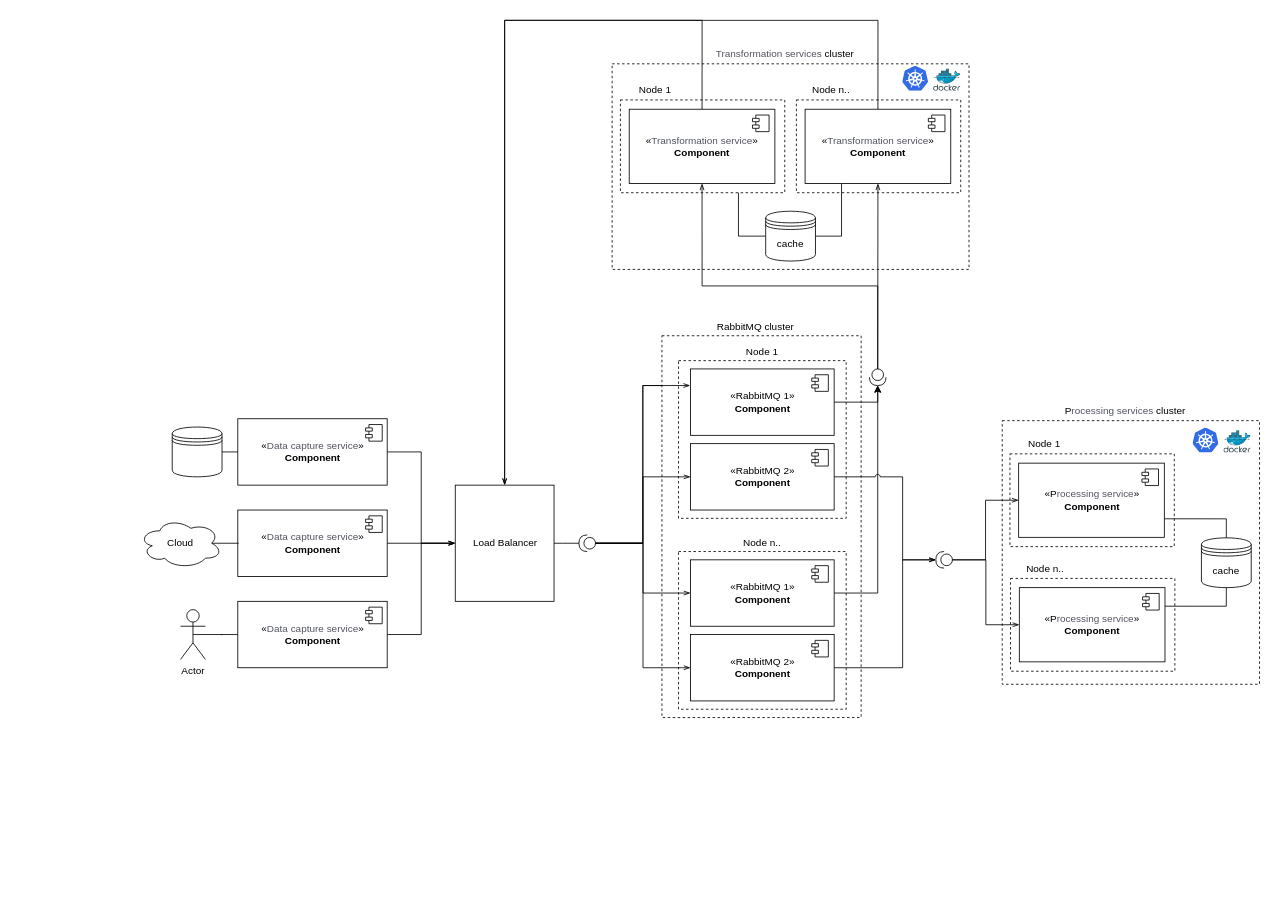
The draw.io diagram Component Diagram.drawio in VadzimZianiuk/message-queues, before the edit. Source tidied: cells renumbered, new cells numbered last; positions are measured from the earlier drawing's top-left corner, leaving out a move shared by most shapes. Both pictures are drawn from the tidied source at 83%, with x=0, y=0 at pixel (139, 20).
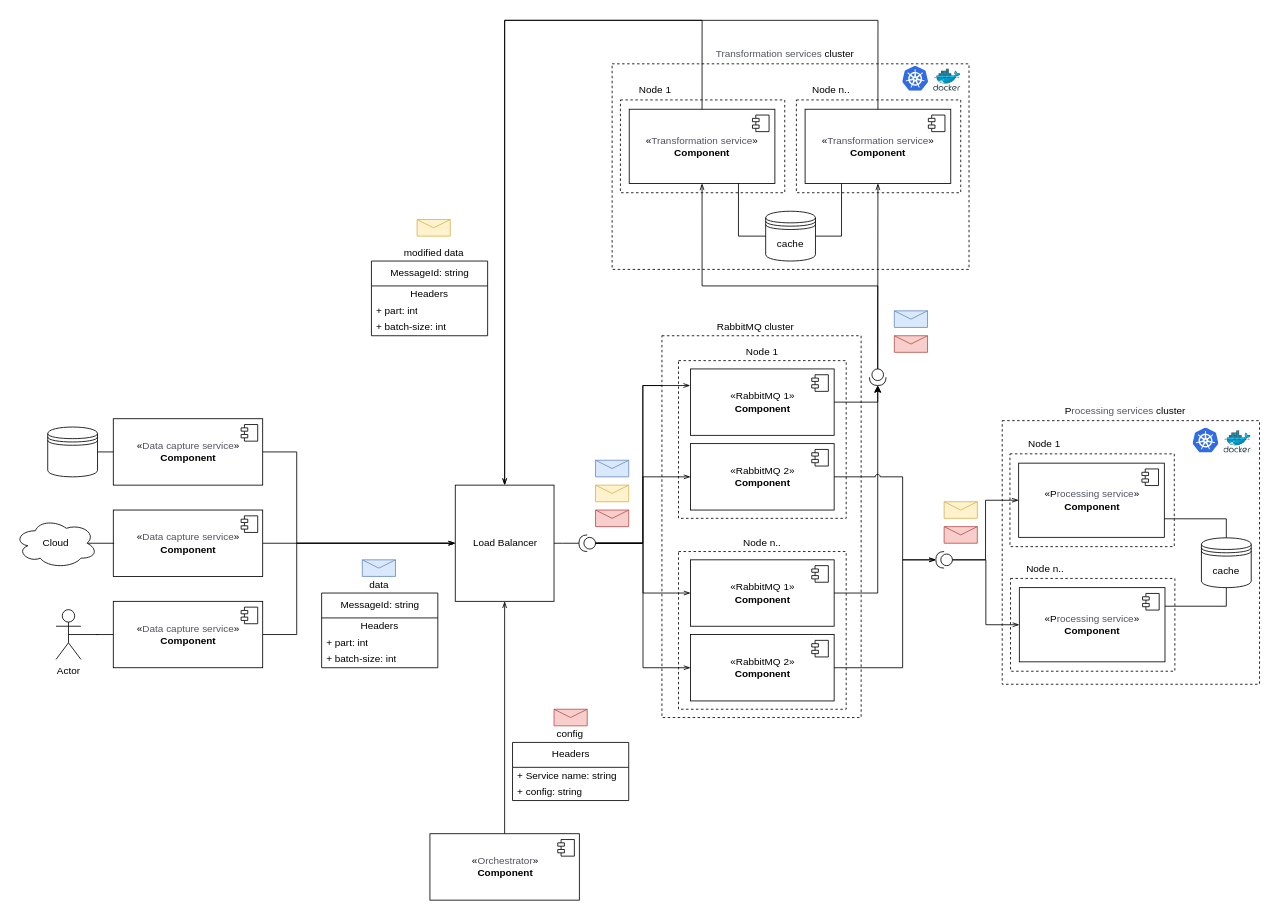
After the change.

Unchanged cells that the change refers to:
```xml
<mxCell id="2" style="group;" parent="1" vertex="1">
  <mxGeometry x="570" y="30" width="430" height="270" as="geometry" />
</mxCell>
<mxCell id="16" value="«&lt;span style=&quot;box-sizing: border-box ; font-family: &amp;#34;sans semibold&amp;#34; , &amp;#34;arial&amp;#34; , sans-serif ; color: rgb(82 , 84 , 98) ; text-align: left ; background-color: rgb(255 , 255 , 255)&quot;&gt;Transformation&lt;/span&gt;&lt;span style=&quot;box-sizing: border-box ; font-family: &amp;#34;sans semibold&amp;#34; , &amp;#34;arial&amp;#34; , sans-serif ; color: rgb(82 , 84 , 98) ; text-align: left ; background-color: rgb(255 , 255 , 255)&quot;&gt;&amp;nbsp;&lt;/span&gt;&lt;span style=&quot;box-sizing: border-box ; font-family: &amp;#34;sans semibold&amp;#34; , &amp;#34;arial&amp;#34; , sans-serif ; color: rgb(82 , 84 , 98) ; text-align: left ; background-color: rgb(255 , 255 , 255)&quot;&gt;service&lt;/span&gt;»&lt;br&gt;&lt;b&gt;Component&lt;/b&gt;" style="html=1;" parent="2" vertex="1">
  <mxGeometry x="20.6" y="77.1" width="175.5" height="89.4" as="geometry" />
</mxCell>
<mxCell id="18" value="cache" style="shape=datastore;whiteSpace=wrap;html=1;" parent="2" vertex="1">
  <mxGeometry x="185" y="200" width="60" height="60" as="geometry" />
</mxCell>
<mxCell id="20" value="Load Balancer" style="html=1;" parent="1" vertex="1">
  <mxGeometry x="381" y="560" width="119" height="140" as="geometry" />
</mxCell>
<mxCell id="28" value="&lt;font style=&quot;font-size: 12px&quot;&gt;«&lt;span style=&quot;box-sizing: border-box ; font-family: &amp;#34;sans semibold&amp;#34; , &amp;#34;arial&amp;#34; , sans-serif ; color: rgb(82 , 84 , 98) ; text-align: left ; background-color: rgb(255 , 255 , 255)&quot;&gt;Data&lt;/span&gt;&lt;span style=&quot;box-sizing: border-box ; font-family: &amp;#34;sans semibold&amp;#34; , &amp;#34;arial&amp;#34; , sans-serif ; color: rgb(82 , 84 , 98) ; text-align: left ; background-color: rgb(255 , 255 , 255)&quot;&gt;&amp;nbsp;&lt;/span&gt;&lt;span style=&quot;box-sizing: border-box ; font-family: &amp;#34;sans semibold&amp;#34; , &amp;#34;arial&amp;#34; , sans-serif ; color: rgb(82 , 84 , 98) ; text-align: left ; background-color: rgb(255 , 255 , 255)&quot;&gt;capture&lt;/span&gt;&lt;span style=&quot;box-sizing: border-box ; font-family: &amp;#34;sans semibold&amp;#34; , &amp;#34;arial&amp;#34; , sans-serif ; color: rgb(82 , 84 , 98) ; text-align: left ; background-color: rgb(255 , 255 , 255)&quot;&gt;&amp;nbsp;&lt;/span&gt;&lt;span style=&quot;box-sizing: border-box ; font-family: &amp;#34;sans semibold&amp;#34; , &amp;#34;arial&amp;#34; , sans-serif ; color: rgb(82 , 84 , 98) ; text-align: left ; background-color: rgb(255 , 255 , 255)&quot;&gt;service&lt;/span&gt;»&lt;br&gt;&lt;b&gt;Component&lt;br&gt;&lt;/b&gt;&lt;/font&gt;" style="html=1;" parent="26" vertex="1">
  <mxGeometry x="79" width="180" height="80" as="geometry" />
</mxCell>
<mxCell id="35" value="&lt;font style=&quot;font-size: 12px&quot;&gt;«&lt;span style=&quot;box-sizing: border-box ; font-family: &amp;#34;sans semibold&amp;#34; , &amp;#34;arial&amp;#34; , sans-serif ; color: rgb(82 , 84 , 98) ; text-align: left ; background-color: rgb(255 , 255 , 255)&quot;&gt;Data&lt;/span&gt;&lt;span style=&quot;box-sizing: border-box ; font-family: &amp;#34;sans semibold&amp;#34; , &amp;#34;arial&amp;#34; , sans-serif ; color: rgb(82 , 84 , 98) ; text-align: left ; background-color: rgb(255 , 255 , 255)&quot;&gt;&amp;nbsp;&lt;/span&gt;&lt;span style=&quot;box-sizing: border-box ; font-family: &amp;#34;sans semibold&amp;#34; , &amp;#34;arial&amp;#34; , sans-serif ; color: rgb(82 , 84 , 98) ; text-align: left ; background-color: rgb(255 , 255 , 255)&quot;&gt;capture&lt;/span&gt;&lt;span style=&quot;box-sizing: border-box ; font-family: &amp;#34;sans semibold&amp;#34; , &amp;#34;arial&amp;#34; , sans-serif ; color: rgb(82 , 84 , 98) ; text-align: left ; background-color: rgb(255 , 255 , 255)&quot;&gt;&amp;nbsp;&lt;/span&gt;&lt;span style=&quot;box-sizing: border-box ; font-family: &amp;#34;sans semibold&amp;#34; , &amp;#34;arial&amp;#34; , sans-serif ; color: rgb(82 , 84 , 98) ; text-align: left ; background-color: rgb(255 , 255 , 255)&quot;&gt;service&lt;/span&gt;»&lt;br&gt;&lt;b&gt;Component&lt;br&gt;&lt;/b&gt;&lt;/font&gt;" style="html=1;" parent="26" vertex="1">
  <mxGeometry x="79" y="220" width="180" height="80" as="geometry" />
</mxCell>
```

Change to the diagram source:
```diff
@@
-    <mxCell id="13" style="edgeStyle=orthogonalEdgeStyle;rounded=0;comic=0;jumpStyle=arc;jettySize=auto;html=1;exitX=0.75;exitY=1;exitDx=0;exitDy=0;entryX=0;entryY=0.5;entryDx=0;entryDy=0;endArrow=none;endFill=0;" parent="2" edge="1" source="16" target="18">
-      <mxGeometry relative="1" as="geometry" />
-    </mxCell>
@@
+    <mxCell id="13" style="edgeStyle=orthogonalEdgeStyle;rounded=0;comic=0;jumpStyle=arc;jettySize=auto;html=1;exitX=0.75;exitY=1;exitDx=0;exitDy=0;entryX=0;entryY=0.5;entryDx=0;entryDy=0;endArrow=none;endFill=0;" parent="2" edge="1" source="16" target="18">
+      <mxGeometry relative="1" as="geometry" />
+    </mxCell>
@@
     <mxCell id="21" style="edgeStyle=orthogonalEdgeStyle;rounded=0;jettySize=auto;html=1;exitX=1;exitY=0.5;exitDx=0;exitDy=0;entryX=0;entryY=0.5;entryDx=0;entryDy=0;startArrow=none;startFill=0;endArrow=openThin;endFill=0;strokeColor=#000000;" parent="1" edge="1" source="28" target="20">
-      <mxGeometry relative="1" as="geometry" />
+      <mxGeometry relative="1" as="geometry">
+        <Array as="points">
+          <mxPoint x="190" y="520" />
+          <mxPoint x="190" y="630" />
+        </Array>
+      </mxGeometry>
     </mxCell>
@@
     <mxCell id="25" style="edgeStyle=orthogonalEdgeStyle;rounded=0;jettySize=auto;html=1;exitX=1;exitY=0.5;exitDx=0;exitDy=0;entryX=0;entryY=0.5;entryDx=0;entryDy=0;startArrow=none;startFill=0;endArrow=openThin;endFill=0;strokeColor=#000000;" parent="1" edge="1" source="35" target="20">
-      <mxGeometry relative="1" as="geometry" />
+      <mxGeometry relative="1" as="geometry">
+        <Array as="points">
+          <mxPoint x="190" y="740" />
+          <mxPoint x="190" y="630" />
+        </Array>
+      </mxGeometry>
     </mxCell>
     <mxCell id="26" style="group;" parent="1" vertex="1">
-      <mxGeometry x="40" y="480" width="259" height="300" as="geometry" />
+      <mxGeometry x="-110" y="480" width="259" height="300" as="geometry" />
     </mxCell>
@@
     <mxCell id="43" value="Cloud" style="ellipse;shape=cloud;whiteSpace=wrap;html=1;align=center;" parent="1" vertex="1">
-      <mxGeometry y="600" width="100" height="60" as="geometry" />
+      <mxGeometry x="-150" y="600" width="100" height="60" as="geometry" />
     </mxCell>
@@
+    <mxCell id="90" style="shape=message;html=1;whiteSpace=wrap;html=1;fillColor=#dae8fc;strokeColor=#6c8ebf;" parent="1" vertex="1">
+      <mxGeometry x="269" y="650" width="40" height="20" as="geometry" />
+    </mxCell>
+    <mxCell id="91" value="MessageId: string" style="swimlane;fontStyle=0;align=center;verticalAlign=top;horizontal=1;startSize=30;html=1;" parent="1" vertex="1">
+      <mxGeometry x="220" y="690" width="140" height="90" as="geometry" />
+    </mxCell>
+    <mxCell id="92" value="Headers" style="text;html=1;strokeColor=none;fillColor=none;align=center;verticalAlign=middle;spacingLeft=4;spacingRight=4;overflow=hidden;" parent="91" vertex="1">
+      <mxGeometry y="30" width="140" height="20" as="geometry" />
+    </mxCell>
+    <mxCell id="93" value="+ part: int" style="text;html=1;strokeColor=none;fillColor=none;align=left;verticalAlign=middle;spacingLeft=4;spacingRight=4;overflow=hidden;" parent="91" vertex="1">
+      <mxGeometry y="50" width="140" height="20" as="geometry" />
+    </mxCell>
+    <mxCell id="94" value="+ batch-size: int" style="text;html=1;strokeColor=none;fillColor=none;align=left;verticalAlign=middle;spacingLeft=4;spacingRight=4;overflow=hidden;" parent="91" vertex="1">
+      <mxGeometry y="70" width="140" height="20" as="geometry" />
+    </mxCell>
+    <mxCell id="95" style="shape=message;html=1;whiteSpace=wrap;html=1;fillColor=#dae8fc;strokeColor=#6c8ebf;" parent="1" vertex="1">
+      <mxGeometry x="550" y="530" width="40" height="20" as="geometry" />
+    </mxCell>
+    <mxCell id="96" style="shape=message;html=1;whiteSpace=wrap;html=1;fillColor=#dae8fc;strokeColor=#6c8ebf;" parent="1" vertex="1">
+      <mxGeometry x="910" y="350" width="40" height="20" as="geometry" />
+    </mxCell>
+    <mxCell id="97" style="shape=message;html=1;whiteSpace=wrap;html=1;fillColor=#fff2cc;strokeColor=#d6b656;" parent="1" vertex="1">
+      <mxGeometry x="335" y="240" width="40" height="20" as="geometry" />
+    </mxCell>
+    <mxCell id="98" style="shape=message;html=1;whiteSpace=wrap;html=1;fillColor=#fff2cc;strokeColor=#d6b656;" parent="1" vertex="1">
+      <mxGeometry x="970" y="580" width="40" height="20" as="geometry" />
+    </mxCell>
+    <mxCell id="99" style="shape=message;html=1;whiteSpace=wrap;html=1;fillColor=#fff2cc;strokeColor=#d6b656;" parent="1" vertex="1">
+      <mxGeometry x="550" y="560" width="40" height="20" as="geometry" />
+    </mxCell>
+    <mxCell id="100" value="MessageId: string" style="swimlane;fontStyle=0;align=center;verticalAlign=top;horizontal=1;startSize=30;html=1;" parent="1" vertex="1">
+      <mxGeometry x="280" y="290" width="140" height="90" as="geometry" />
+    </mxCell>
+    <mxCell id="101" value="Headers" style="text;html=1;strokeColor=none;fillColor=none;align=center;verticalAlign=middle;spacingLeft=4;spacingRight=4;overflow=hidden;" parent="100" vertex="1">
+      <mxGeometry y="30" width="140" height="20" as="geometry" />
+    </mxCell>
+    <mxCell id="102" value="+ part: int" style="text;html=1;strokeColor=none;fillColor=none;align=left;verticalAlign=middle;spacingLeft=4;spacingRight=4;overflow=hidden;" parent="100" vertex="1">
+      <mxGeometry y="50" width="140" height="20" as="geometry" />
+    </mxCell>
+    <mxCell id="103" value="+ batch-size: int" style="text;html=1;strokeColor=none;fillColor=none;align=left;verticalAlign=middle;spacingLeft=4;spacingRight=4;overflow=hidden;" parent="100" vertex="1">
+      <mxGeometry y="70" width="140" height="20" as="geometry" />
+    </mxCell>
+    <mxCell id="104" value="data" style="text;html=1;align=center;verticalAlign=middle;" parent="1" vertex="1">
+      <mxGeometry x="269" y="670" width="40" height="20" as="geometry" />
+    </mxCell>
+    <mxCell id="105" value="modified data" style="text;html=1;align=center;verticalAlign=middle;" parent="1" vertex="1">
+      <mxGeometry x="310" y="270" width="90" height="20" as="geometry" />
+    </mxCell>
+    <mxCell id="106" style="edgeStyle=orthogonalEdgeStyle;rounded=0;jettySize=auto;html=1;exitX=0.5;exitY=0;exitDx=0;exitDy=0;entryX=0.5;entryY=1;entryDx=0;entryDy=0;startArrow=none;startFill=0;endArrow=openThin;endFill=0;" parent="1" edge="1" source="107" target="20">
+      <mxGeometry relative="1" as="geometry" />
+    </mxCell>
+    <mxCell id="107" value="&lt;div style=&quot;text-align: left&quot;&gt;&lt;span&gt;«&lt;/span&gt;&lt;span&gt;&lt;font color=&quot;#525462&quot; face=&quot;sans semibold, arial, sans-serif&quot;&gt;Orchestrator&lt;/font&gt;»&lt;/span&gt;&lt;/div&gt;&lt;font style=&quot;font-size: 12px&quot;&gt;&lt;b&gt;Component&lt;br&gt;&lt;/b&gt;&lt;/font&gt;" style="html=1;" parent="1" vertex="1">
+      <mxGeometry x="350.5" y="980" width="180" height="80" as="geometry" />
+    </mxCell>
+    <mxCell id="108" style="shape=module;jettyWidth=8;jettyHeight=4;" parent="107" vertex="1">
+      <mxGeometry x="1" width="20" height="20" relative="1" as="geometry">
+        <mxPoint x="-26" y="7" as="offset" />
+      </mxGeometry>
+    </mxCell>
+    <mxCell id="109" style="shape=message;html=1;whiteSpace=wrap;html=1;fillColor=#f8cecc;strokeColor=#b85450;" parent="1" vertex="1">
+      <mxGeometry x="500" y="830" width="40" height="20" as="geometry" />
+    </mxCell>
+    <mxCell id="110" value="Headers" style="swimlane;fontStyle=0;align=center;verticalAlign=top;horizontal=1;startSize=30;html=1;" parent="1" vertex="1">
+      <mxGeometry x="450" y="870" width="140" height="70" as="geometry" />
+    </mxCell>
+    <mxCell id="111" value="+ Service name: string" style="text;html=1;strokeColor=none;fillColor=none;align=left;verticalAlign=middle;spacingLeft=4;spacingRight=4;overflow=hidden;" parent="110" vertex="1">
+      <mxGeometry y="30" width="140" height="20" as="geometry" />
+    </mxCell>
+    <mxCell id="112" value="+ config: string" style="text;html=1;strokeColor=none;fillColor=none;align=left;verticalAlign=middle;spacingLeft=4;spacingRight=4;overflow=hidden;" parent="110" vertex="1">
+      <mxGeometry y="50" width="140" height="20" as="geometry" />
+    </mxCell>
+    <mxCell id="113" value="config" style="text;html=1;align=center;verticalAlign=middle;" parent="1" vertex="1">
+      <mxGeometry x="494" y="850" width="50" height="20" as="geometry" />
+    </mxCell>
+    <mxCell id="114" style="shape=message;html=1;whiteSpace=wrap;html=1;fillColor=#f8cecc;strokeColor=#b85450;" parent="1" vertex="1">
+      <mxGeometry x="550" y="590" width="40" height="20" as="geometry" />
+    </mxCell>
+    <mxCell id="115" style="shape=message;html=1;whiteSpace=wrap;html=1;fillColor=#f8cecc;strokeColor=#b85450;" parent="1" vertex="1">
+      <mxGeometry x="970" y="610" width="40" height="20" as="geometry" />
+    </mxCell>
+    <mxCell id="116" style="shape=message;html=1;whiteSpace=wrap;html=1;fillColor=#f8cecc;strokeColor=#b85450;" parent="1" vertex="1">
+      <mxGeometry x="910" y="380" width="40" height="20" as="geometry" />
+    </mxCell>
```
